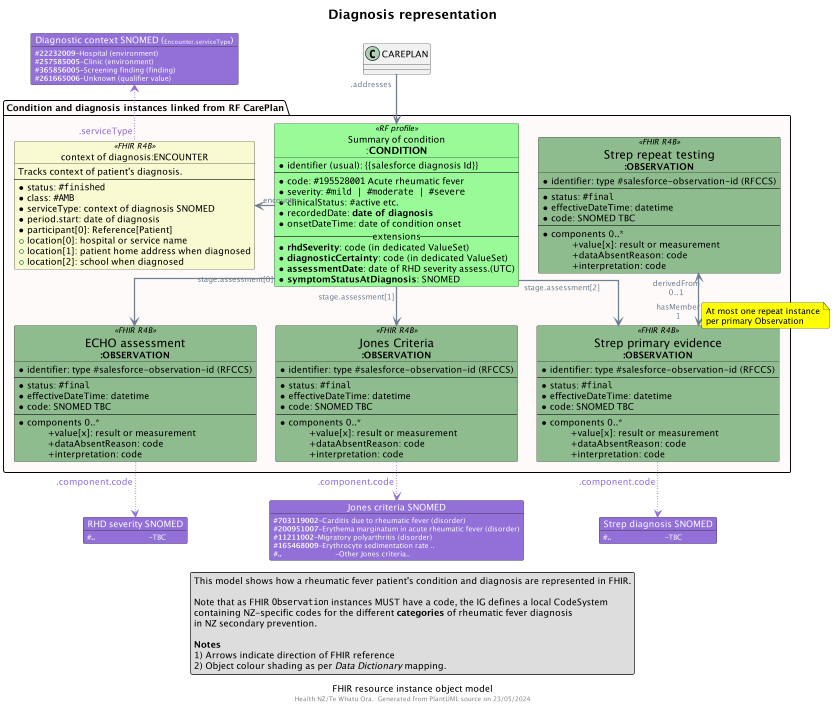
Above: input/images/obj-FHIR-data-diagnosis.png in tijijose/cinc-fhir-ig (PlantUML), before the change.
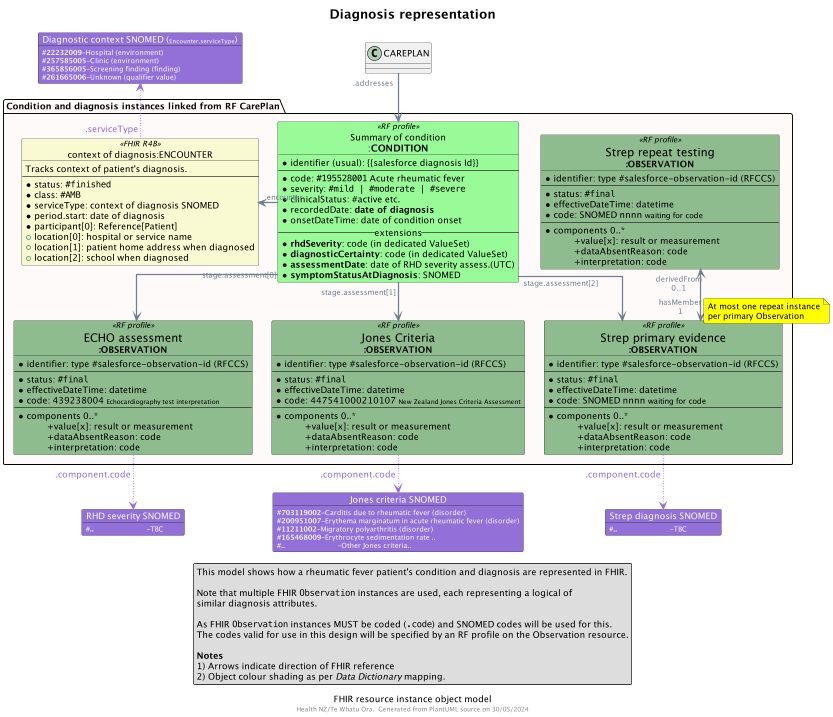
After the commit.

Commit message:
new DiagnosisGroup profile on Observation; miscellaneous revisions

Diff of the diagram source:
```diff
@@ -68,12 +68,12 @@
 
 
 
-  object "<size:18>ECHO assessment\n**:OBSERVATION**" as OBS1 <<FHIR R4B>> #DarkSeaGreen {
+  object "<size:18>ECHO assessment\n**:OBSERVATION**" as OBS1 <<RF profile>> #DarkSeaGreen {
     *identifier: type #salesforce-observation-id (RFCCS)
     ---
     * status: ""#final""
     * effectiveDateTime: datetime
-    * code: SNOMED TBC
+    * code: 439238004 <size:10>Echocardiography test interpretation</size>
     ---
     * components 0..*
     \t+value[x]: result or measurement
@@ -81,12 +81,12 @@
     \t+interpretation: code
   }
 
-  object "<size:18>Jones Criteria\n**:OBSERVATION**" as OBS2 <<FHIR R4B>> #DarkSeaGreen {
+  object "<size:18>Jones Criteria\n**:OBSERVATION**" as OBS2 <<RF profile>> #DarkSeaGreen {
     *identifier: type #salesforce-observation-id (RFCCS)
     ---
     * status: ""#final""
     * effectiveDateTime: datetime
-    * code: SNOMED TBC
+    * code: 447541000210107 <size:10>New Zealand Jones Criteria Assessment</size>
     ---
     * components 0..*
     \t+value[x]: result or measurement
@@ -94,12 +94,12 @@
     \t+interpretation: code
   }
 
-  object "<size:18>Strep primary evidence\n**:OBSERVATION**" as OBS3 <<FHIR R4B>> #DarkSeaGreen {
+  object "<size:18>Strep primary evidence\n**:OBSERVATION**" as OBS3 <<RF profile>> #DarkSeaGreen {
     *identifier: type #salesforce-observation-id (RFCCS)
     ---
     * status: ""#final""
     * effectiveDateTime: datetime
-    * code: SNOMED TBC
+    * code: SNOMED nnnn <size:12>waiting for code</size>
     ---
     * components 0..*
     \t+value[x]: result or measurement
@@ -107,12 +107,12 @@
     \t+interpretation: code
   }
 
-  object "<size:18>Strep repeat testing\n**:OBSERVATION**" as OBS4 <<FHIR R4B>> #DarkSeaGreen {
+  object "<size:18>Strep repeat testing\n**:OBSERVATION**" as OBS4 <<RF profile>> #DarkSeaGreen {
     *identifier: type #salesforce-observation-id (RFCCS)
     ---
     * status: ""#final""
     * effectiveDateTime: datetime
-    * code: SNOMED TBC
+    * code: SNOMED nnnn <size:12>waiting for code</size>
     ---
     * components 0..*
     \t+value[x]: result or measurement
@@ -160,9 +160,11 @@
 legend bottom
   This model shows how a rheumatic fever patient's condition and diagnosis are represented in FHIR.
 
-  Note that as FHIR ""Observation"" instances MUST have a code, the IG defines a local CodeSystem
-  containing NZ-specific codes for the different **categories** of rheumatic fever diagnosis
-  in NZ secondary prevention.
+  Note that multiple FHIR ""Observation"" instances are used, each representing a logical of
+  similar diagnosis attributes.
+
+  As FHIR ""Observation"" instances MUST be coded ("".code"") and SNOMED codes will be used for this.
+  The codes valid for use in this design will be specified by an RF profile on the Observation resource.
 
   **Notes**
   1) Arrows indicate direction of FHIR reference
```
